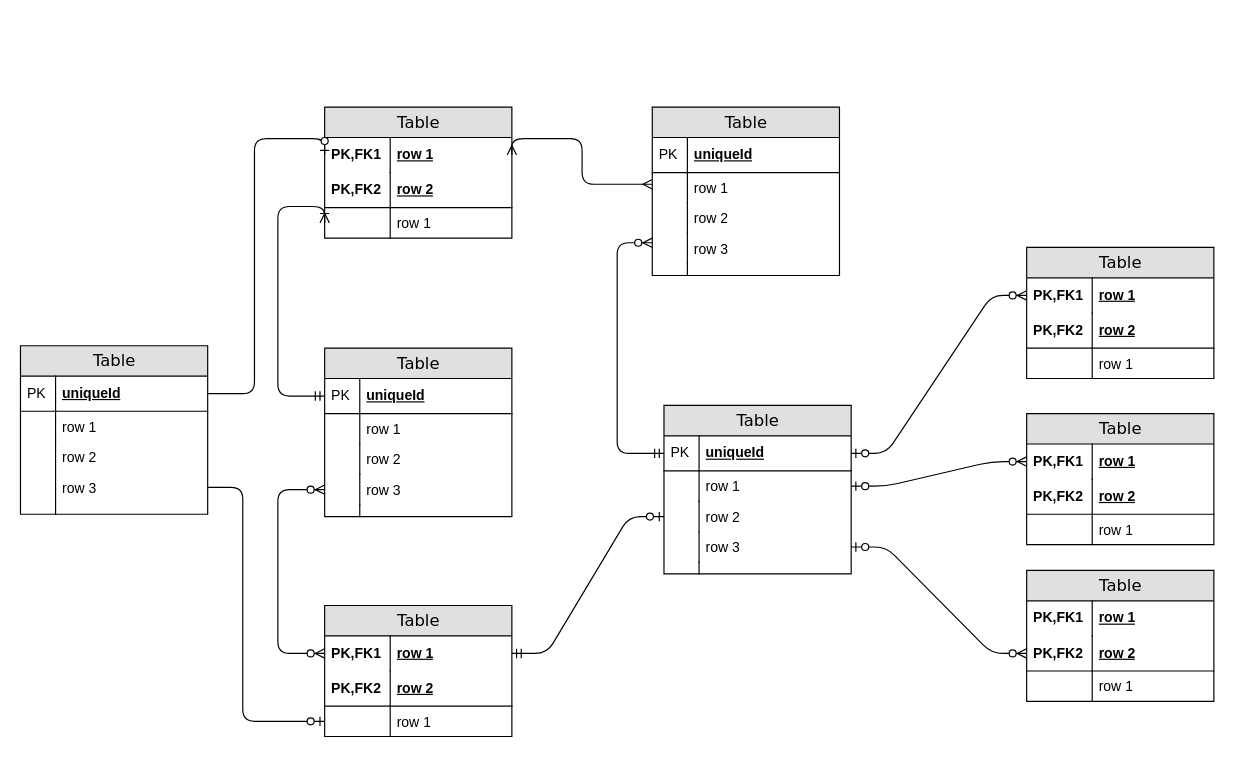
This is page "Page-1" (1 of 2) of ER Diagram.drawio from itrajkov/BP-23-24, a draw.io file, before an edit. Source tidied: cells renumbered, new cells numbered last; positions are measured from the earlier drawing's top-left corner, leaving out a move shared by most shapes. Both pictures are drawn from the tidied source at 117%, with x=0, y=0 at pixel (20, 106).
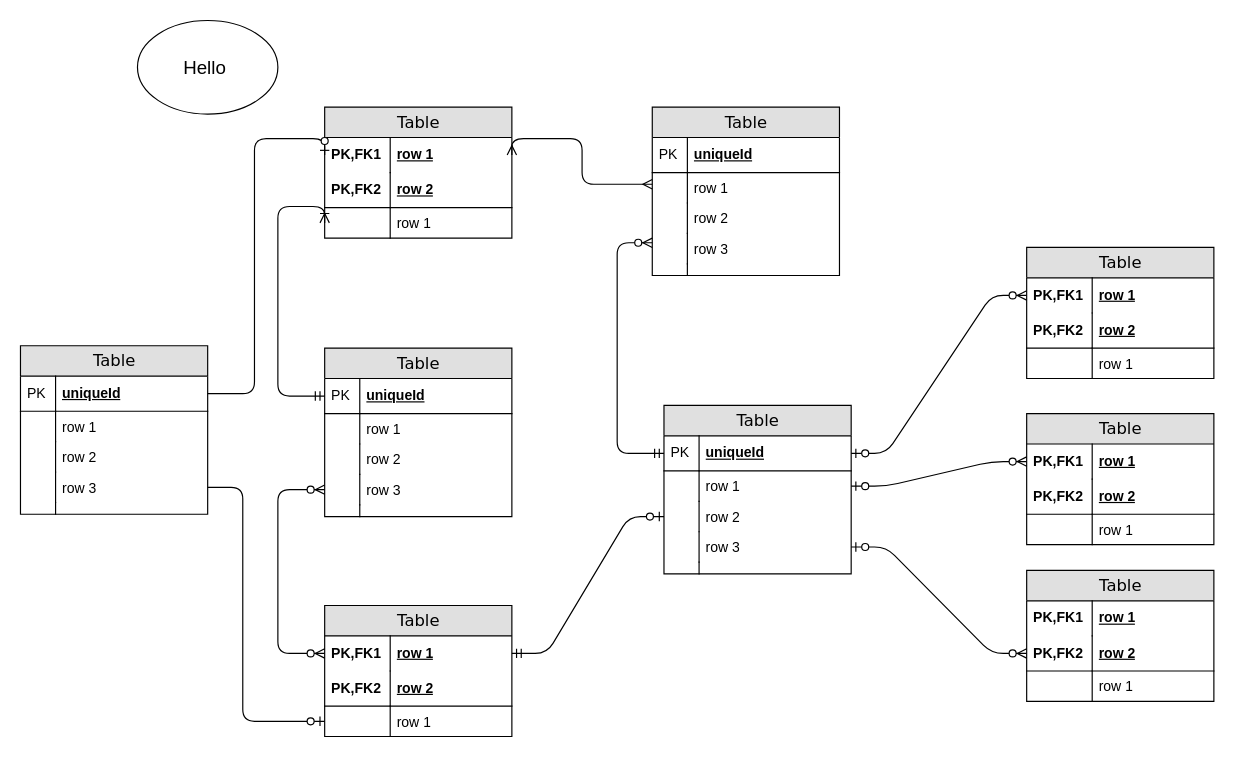
The same page after the edit.

Change to the diagram source:
```diff
@@
+    <mxCell id="91" value="Hello&amp;nbsp;" style="ellipse;whiteSpace=wrap;html=1;fontSize=16;" parent="1" vertex="1">
+      <mxGeometry x="100" y="-74" width="120" height="80" as="geometry" />
+    </mxCell>
```
